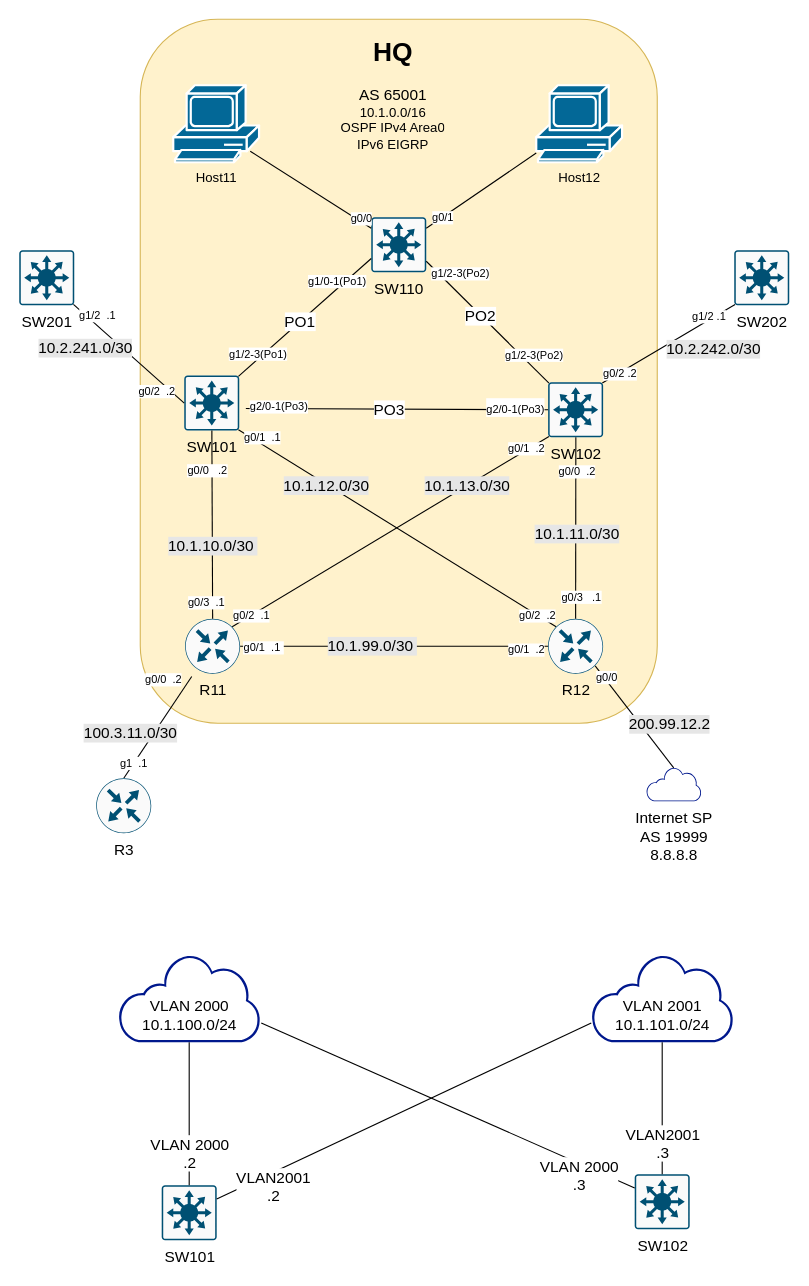
Earlier version of the draw.io diagram DooRS-HQ.drawio (WDong1016/JrProject). Source tidied: cells renumbered, new cells numbered last; positions are measured from the earlier drawing's top-left corner, leaving out a move shared by most shapes. Both pictures are drawn from the tidied source at 110%, with x=0, y=0 at pixel (19, 19).
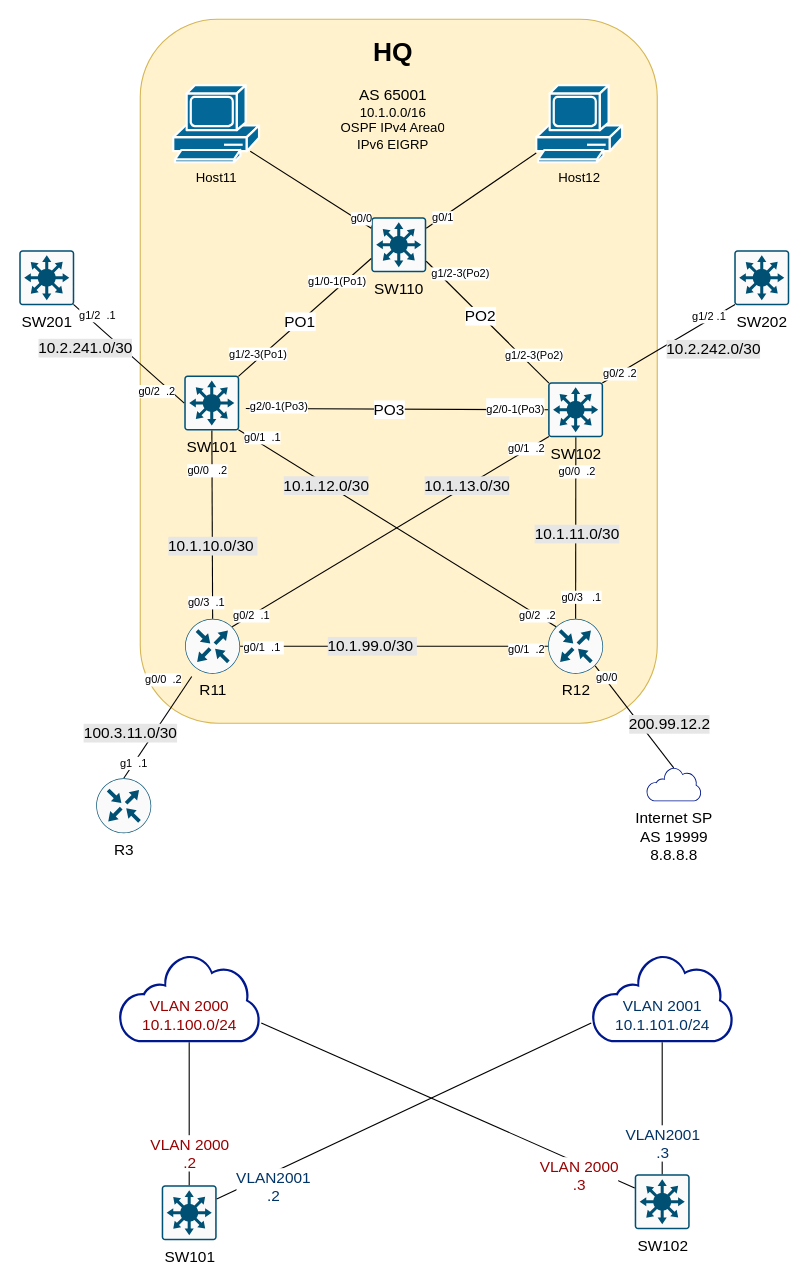
The same diagram, later.

Unchanged cells that the change refers to:
```xml
<mxCell id="73" style="endArrow=none;html=1;rounded=0;fontSize=14;entryX=0;entryY=0.75;entryDx=0;entryDy=0;exitX=1;exitY=0.25;exitDx=0;exitDy=0;exitPerimeter=0;" parent="1" edge="1" source="71" target="70">
  <mxGeometry relative="1" as="geometry" />
</mxCell>
<mxCell id="76" style="endArrow=none;html=1;rounded=0;fontSize=14;entryX=0.5;entryY=1;entryDx=0;entryDy=0;entryPerimeter=0;exitX=0.5;exitY=0;exitDx=0;exitDy=0;exitPerimeter=0;" parent="1" edge="1" source="71" target="67">
  <mxGeometry relative="1" as="geometry" />
</mxCell>
<mxCell id="79" style="endArrow=none;html=1;rounded=0;fontSize=14;entryX=0.5;entryY=1;entryDx=0;entryDy=0;entryPerimeter=0;exitX=0.5;exitY=0;exitDx=0;exitDy=0;exitPerimeter=0;" parent="1" edge="1" source="72" target="69">
  <mxGeometry relative="1" as="geometry" />
</mxCell>
```

What changed in the source:
```diff
@@
-    <mxCell id="68" value="VLAN 2000&lt;br&gt;10.1.100.0/24" style="text;html=1;align=center;verticalAlign=middle;whiteSpace=wrap;rounded=0;labelBackgroundColor=none;fontSize=14;" parent="1" vertex="1">
+    <mxCell id="68" value="VLAN 2000&lt;br&gt;10.1.100.0/24" style="text;html=1;align=center;verticalAlign=middle;whiteSpace=wrap;rounded=0;labelBackgroundColor=default;fontSize=14;fontColor=#990000;" parent="1" vertex="1">
       <mxGeometry x="90" y="890" width="130" height="30" as="geometry" />
     </mxCell>
@@
-    <mxCell id="70" value="VLAN 2001&lt;br&gt;10.1.101.0/24" style="text;html=1;align=center;verticalAlign=middle;whiteSpace=wrap;rounded=0;labelBackgroundColor=none;fontSize=14;" parent="1" vertex="1">
+    <mxCell id="70" value="VLAN 2001&lt;br&gt;10.1.101.0/24" style="text;html=1;align=center;verticalAlign=middle;whiteSpace=wrap;rounded=0;labelBackgroundColor=none;fontSize=14;fontColor=#003366;" parent="1" vertex="1">
       <mxGeometry x="520" y="890" width="130" height="30" as="geometry" />
     </mxCell>
@@
-    <mxCell id="74" value="VLAN2001&lt;br&gt;.2" style="edgeLabel;html=1;align=center;verticalAlign=middle;fontSize=14;" parent="73" vertex="1">
+    <mxCell id="74" value="VLAN2001&lt;br&gt;.2" style="edgeLabel;html=1;align=center;verticalAlign=middle;fontSize=14;fontColor=#003366;" parent="73" vertex="1">
       <mxGeometry x="-0.79" y="-1" relative="1" as="geometry">
         <mxPoint x="14" y="4" as="offset" />
       </mxGeometry>
     </mxCell>
@@
-    <mxCell id="77" value="VLAN 2000&lt;br&gt;.2" style="edgeLabel;html=1;align=center;verticalAlign=middle;fontSize=14;" parent="76" vertex="1">
+    <mxCell id="77" value="VLAN 2000&lt;br&gt;.2" style="edgeLabel;html=1;align=center;verticalAlign=middle;fontSize=14;fontColor=#990000;" parent="76" vertex="1">
       <mxGeometry x="-0.29" y="-1" relative="1" as="geometry">
         <mxPoint x="-1" y="16" as="offset" />
       </mxGeometry>
     </mxCell>
-    <mxCell id="78" value="VLAN 2000&lt;br&gt;.3" style="edgeLabel;html=1;align=center;verticalAlign=middle;fontSize=14;" parent="76" vertex="1">
+    <mxCell id="78" value="VLAN 2000&lt;br&gt;.3" style="edgeLabel;html=1;align=center;verticalAlign=middle;fontSize=14;labelBackgroundColor=default;fontColor=#990000;" parent="76" vertex="1">
       <mxGeometry x="-0.29" y="-1" relative="1" as="geometry">
         <mxPoint x="353" y="36" as="offset" />
       </mxGeometry>
     </mxCell>
@@
-    <mxCell id="80" value="VLAN2001&lt;br&gt;.3" style="edgeLabel;html=1;align=center;verticalAlign=middle;fontSize=14;" parent="79" vertex="1">
+    <mxCell id="80" value="VLAN2001&lt;br&gt;.3" style="edgeLabel;html=1;align=center;verticalAlign=middle;fontSize=14;labelBackgroundColor=default;fontColor=#003366;" parent="79" vertex="1">
       <mxGeometry x="-0.44" relative="1" as="geometry">
         <mxPoint y="5" as="offset" />
       </mxGeometry>
     </mxCell>
```
